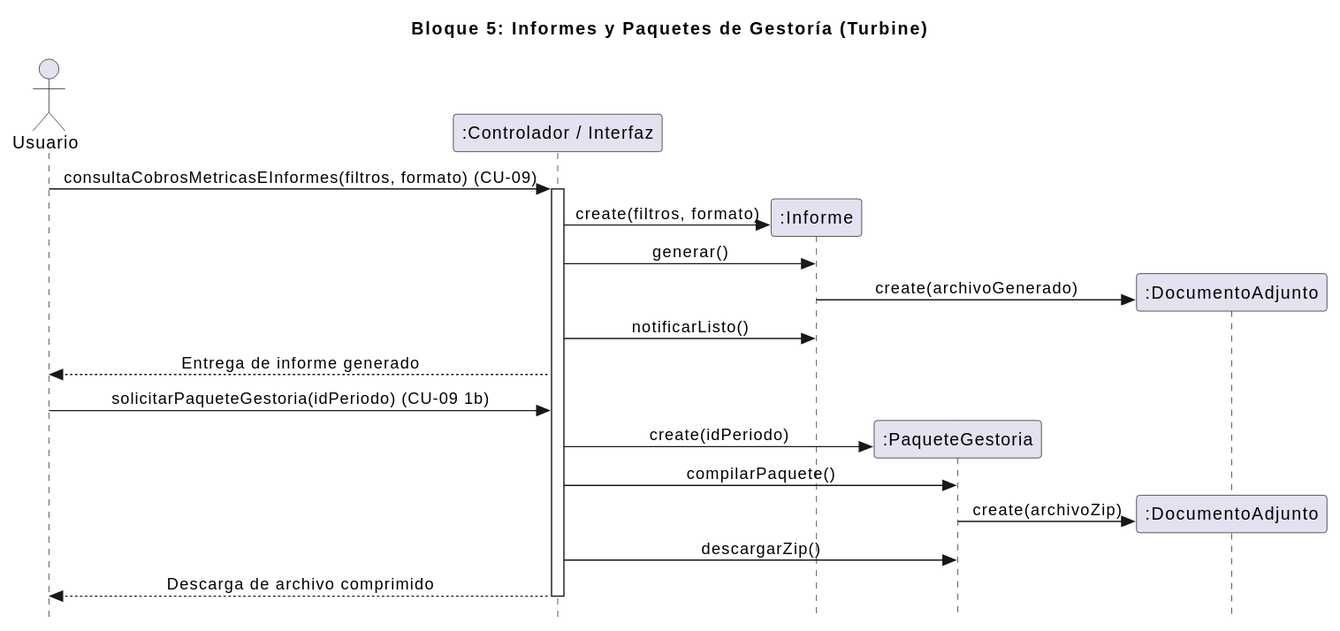
Before: Diagramas/diagramas_secuencia/DiagrmasPorBloques/Bloque5Imagen.svg, a diagram exported from PlantUML (EVerjanoPerez/Grupo-Al-khwarizmi).
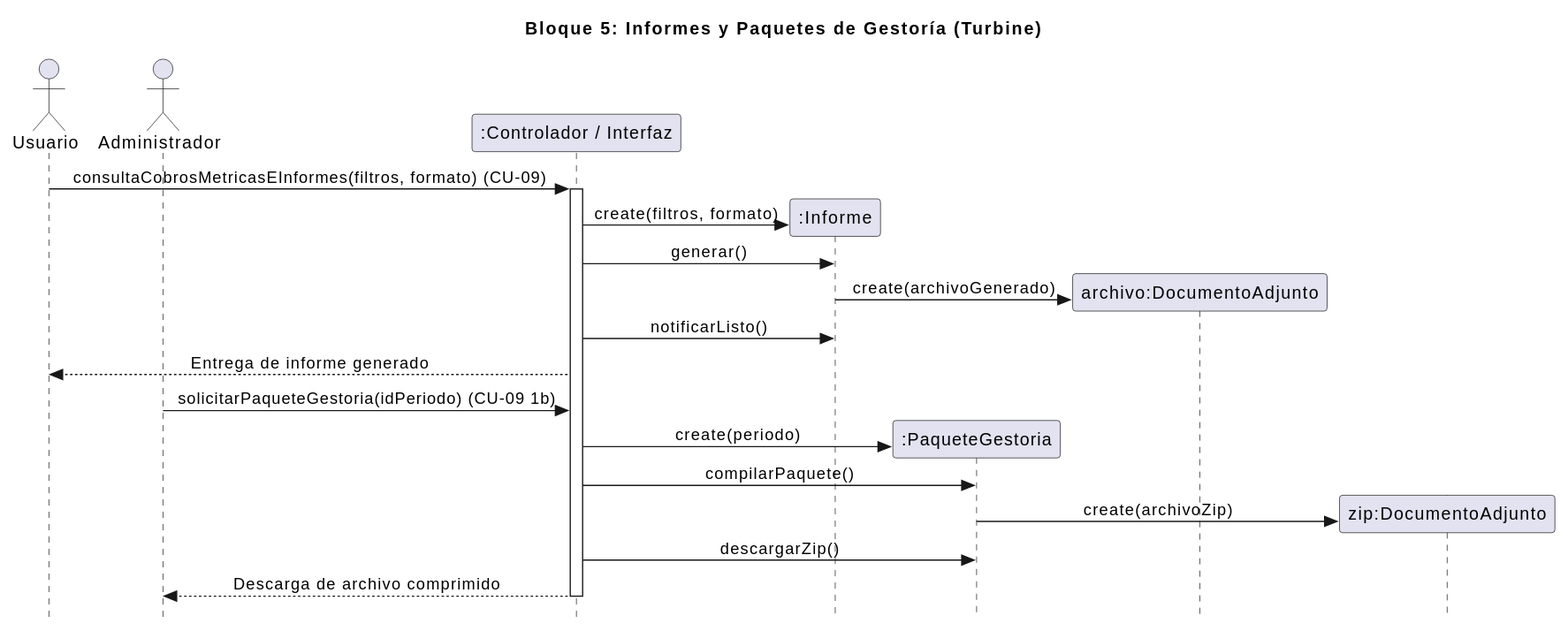
After the commit.

What changed in the source:
```diff
@@ -6,29 +6,31 @@
 title Bloque 5: Informes y Paquetes de Gestoría (Turbine)
 
 actor "Usuario" as UsuarioActor
+actor "Administrador" as AdminActor
 
 participant ":Controlador / Interfaz" as UI
 participant ":Informe" as Informe
 participant ":PaqueteGestoria" as Paquete
-participant ":DocumentoAdjunto" as Documento
+participant "archivo:DocumentoAdjunto" as Archivo
+participant "zip:DocumentoAdjunto" as Zip
 
 UsuarioActor -> UI: consultaCobrosMetricasEInformes(filtros, formato) (CU-09)
 activate UI
 create Informe
 UI -> Informe: create(filtros, formato)
 UI -> Informe: generar()
-create Documento
-Informe -> Documento: create(archivoGenerado)
+create Archivo
+Informe -> Archivo: create(archivoGenerado)
 UI -> Informe: notificarListo()
 UI --> UsuarioActor: Entrega de informe generado
 
-UsuarioActor -> UI: solicitarPaqueteGestoria(idPeriodo) (CU-09 1b)
+AdminActor -> UI: solicitarPaqueteGestoria(idPeriodo) (CU-09 1b)
 create Paquete
-UI -> Paquete: create(idPeriodo)
+UI -> Paquete: create(periodo)
 UI -> Paquete: compilarPaquete()
-create Documento
-Paquete -> Documento: create(archivoZip)
+create Zip
+Paquete -> Zip: create(archivoZip)
 UI -> Paquete: descargarZip()
-UI --> UsuarioActor: Descarga de archivo comprimido
+UI --> AdminActor: Descarga de archivo comprimido
 deactivate UI
 @enduml
```
